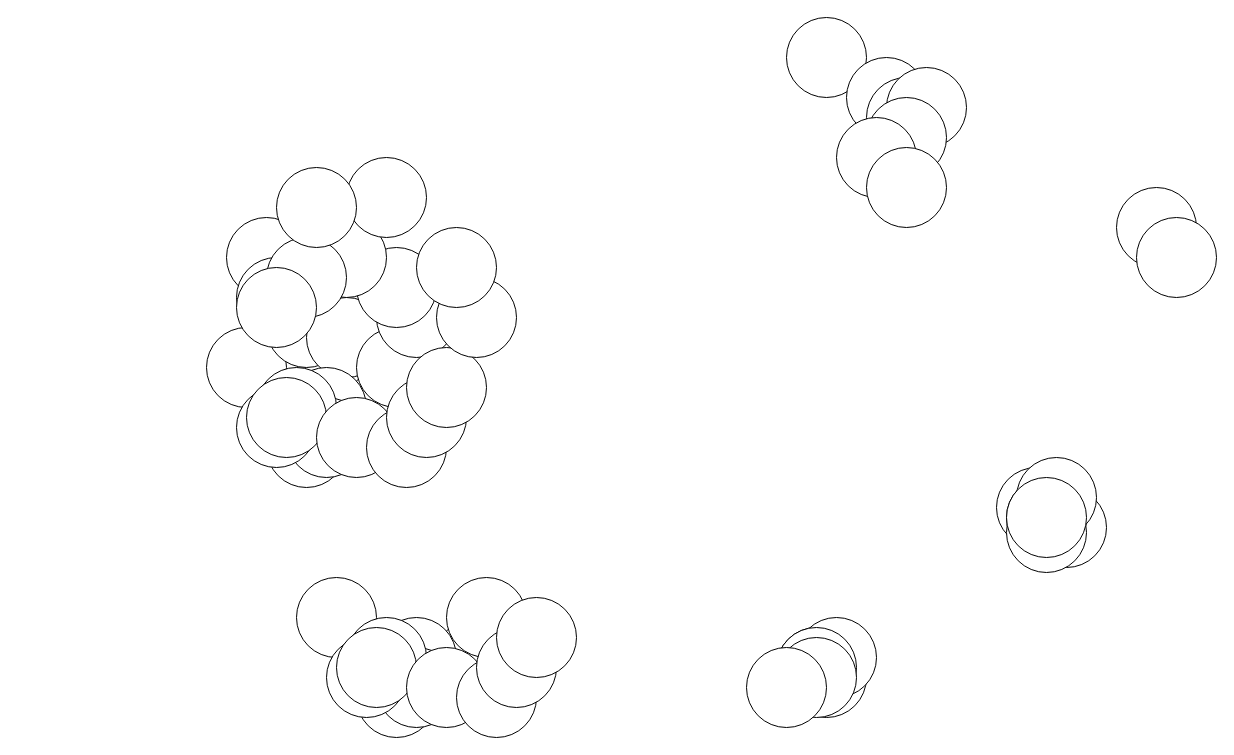
Above: page "Page-6" (6 of 7) of week11/week11.drawio in yaziciemre/ds104 (draw.io), before the change. Source tidied: cells renumbered, new cells numbered last; positions are measured from the earlier drawing's top-left corner, leaving out a move shared by most shapes. Both pictures are drawn from the tidied source at 100%, with x=0, y=0 at pixel (206, 17).
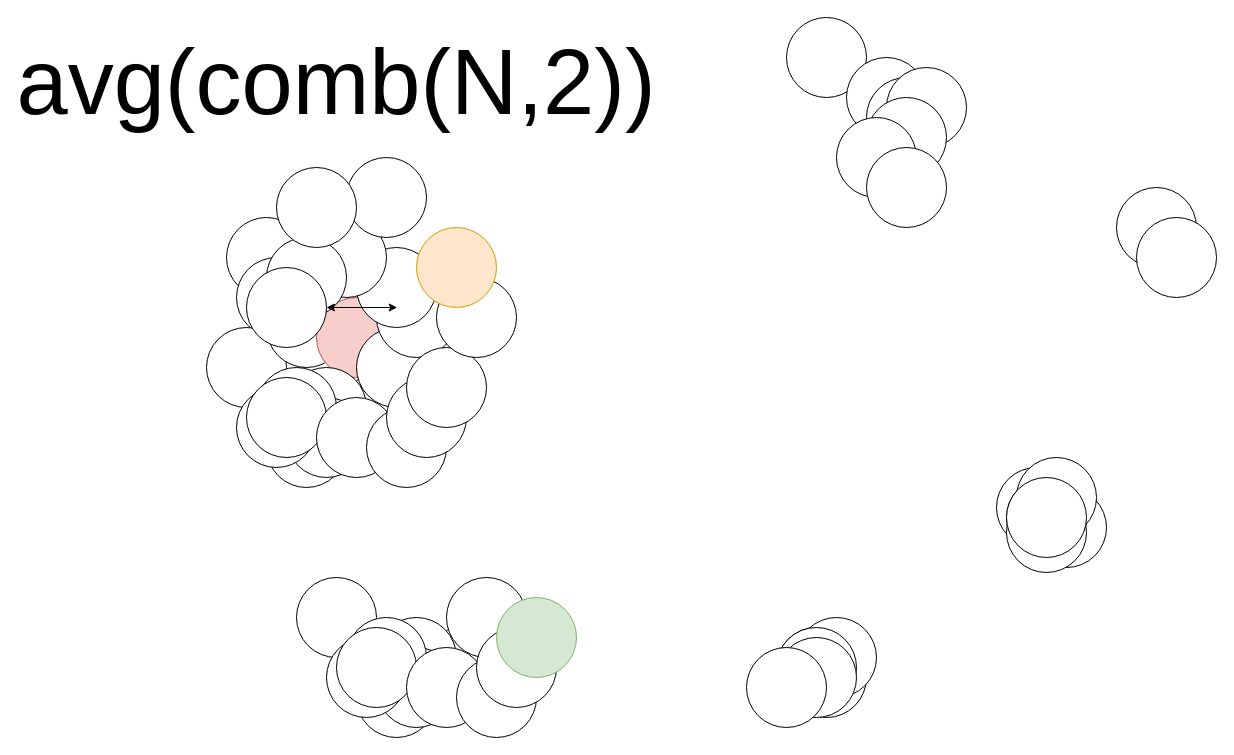
The same page after the edit.

The edit, as a diff of the source:
```diff
@@
-    <mxCell id="8" style="ellipse;whiteSpace=wrap;html=1;" parent="1" vertex="1">
-      <mxGeometry x="100" y="280" width="80" height="80" as="geometry" />
+    <mxCell id="8" style="ellipse;whiteSpace=wrap;html=1;fillColor=#f8cecc;strokeColor=#b85450;" parent="1" vertex="1">
+      <mxGeometry x="110" y="280" width="80" height="80" as="geometry" />
     </mxCell>
@@
     <mxCell id="14" style="ellipse;whiteSpace=wrap;html=1;" parent="1" vertex="1">
-      <mxGeometry x="30" y="250" width="80" height="80" as="geometry" />
+      <mxGeometry x="40" y="250" width="80" height="80" as="geometry" />
     </mxCell>
@@
-    <mxCell id="25" style="ellipse;whiteSpace=wrap;html=1;" parent="1" vertex="1">
+    <mxCell id="25" style="ellipse;whiteSpace=wrap;html=1;fillColor=#ffe6cc;strokeColor=#d79b00;" parent="1" vertex="1">
       <mxGeometry x="210" y="210" width="80" height="80" as="geometry" />
     </mxCell>
@@
-    <mxCell id="59" style="ellipse;whiteSpace=wrap;html=1;" parent="1" vertex="1">
+    <mxCell id="59" style="ellipse;whiteSpace=wrap;html=1;fillColor=#d5e8d4;strokeColor=#82b366;" parent="1" vertex="1">
       <mxGeometry x="290" y="580" width="80" height="80" as="geometry" />
     </mxCell>
@@
+    <mxCell id="62" value="avg(comb(N,2))" style="text;html=1;align=center;verticalAlign=middle;whiteSpace=wrap;rounded=0;fontSize=92;" parent="1" vertex="1">
+      <mxGeometry x="15" width="230" height="130" as="geometry" />
+    </mxCell>
+    <mxCell id="63" style="endArrow=classic;startArrow=classic;html=1;rounded=0;" parent="1" edge="1" source="14">
+      <mxGeometry relative="1" as="geometry">
+        <mxPoint x="190.7" y="290" as="targetPoint" />
+      </mxGeometry>
+    </mxCell>
```
